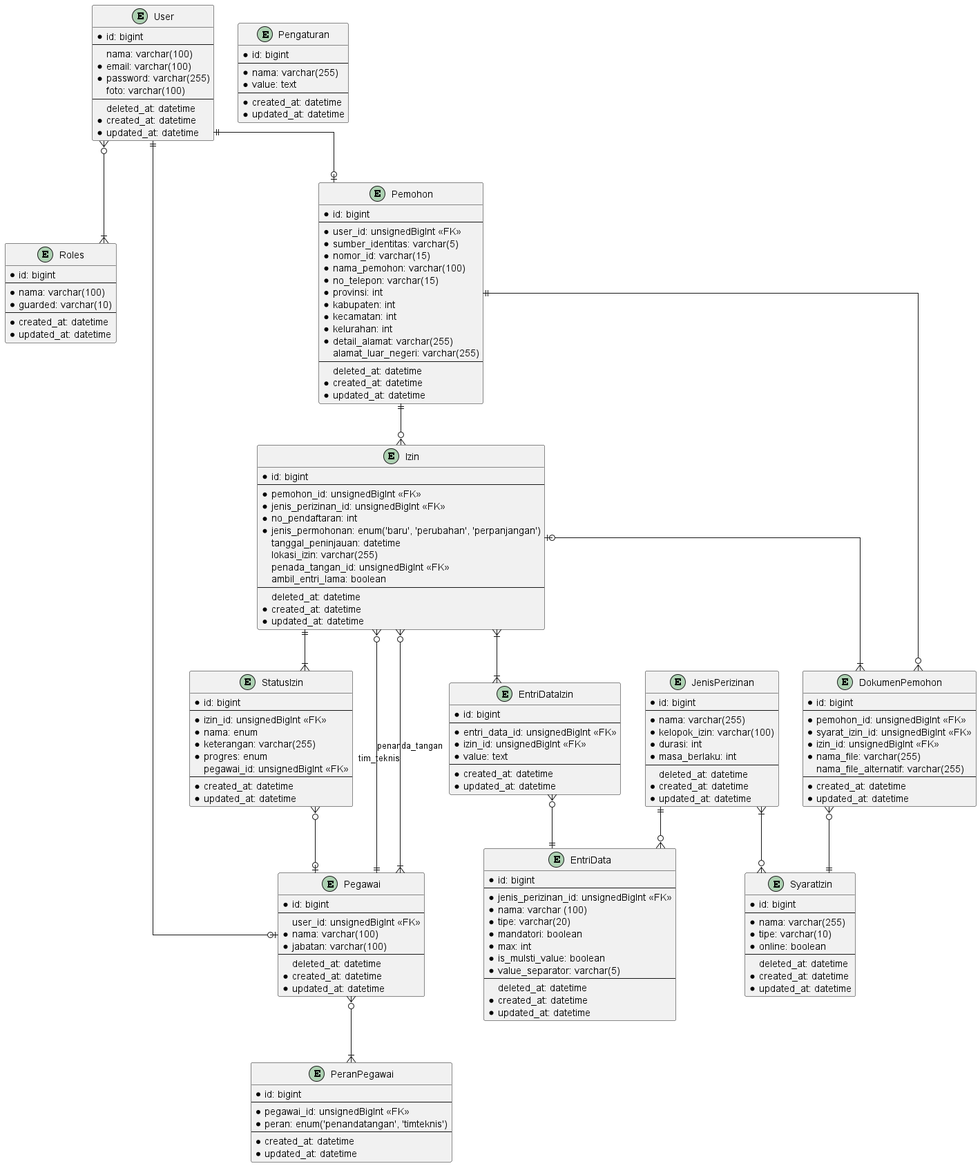
maleolabs/nest-nestara-web keeps this PlantUML diagram as docs/diagrams/out/pmptsp.png. Above is the earlier version.
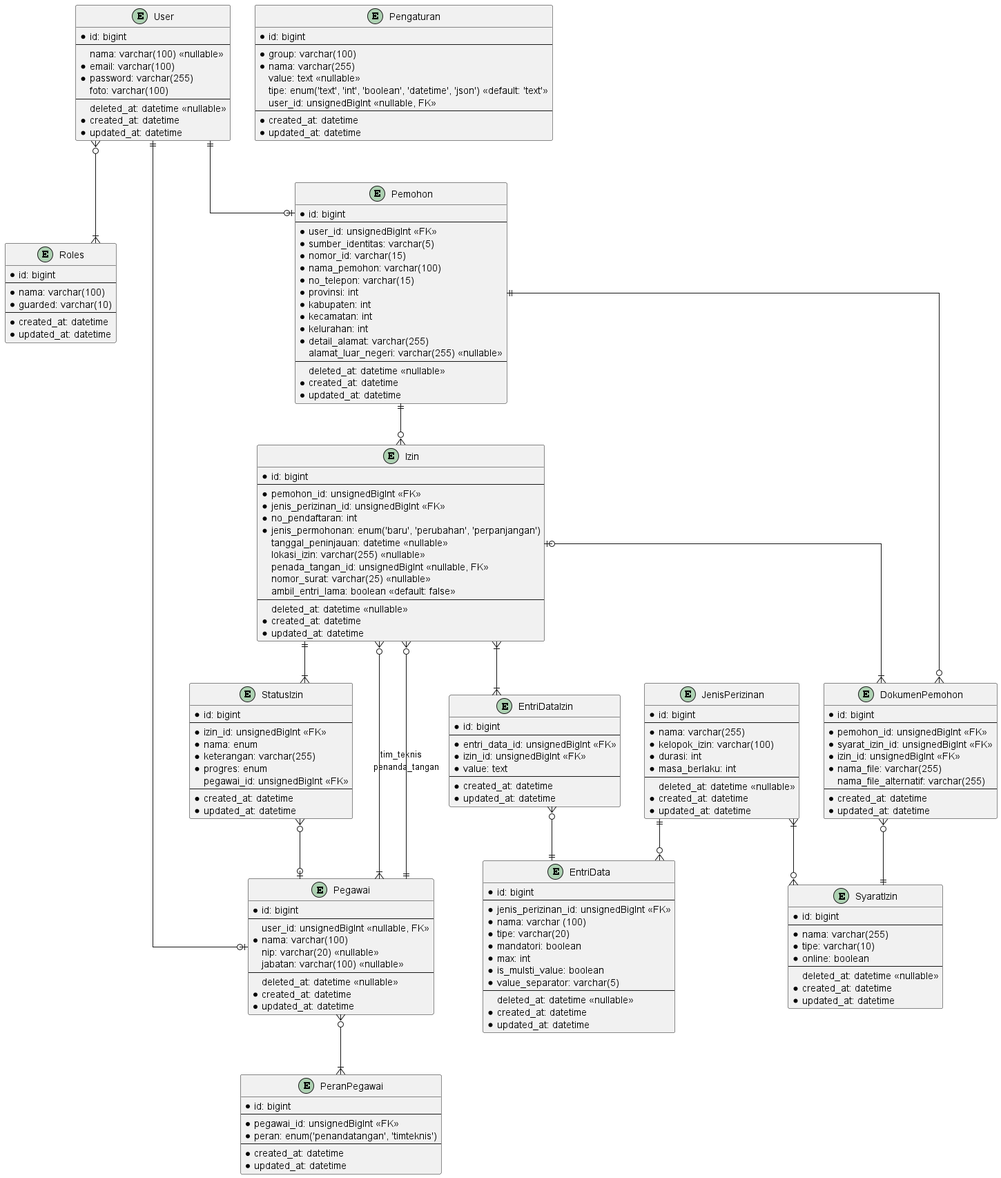
The same file after the commit.

What changed in the source:
```diff
@@ -5,12 +5,12 @@
 entity User {
     * id: bigint
     --
-      nama: varchar(100)
+      nama: varchar(100) <<nullable>>
     * email: varchar(100)
     * password: varchar(255)
       foto: varchar(100)
     --
-      deleted_at: datetime
+      deleted_at: datetime <<nullable>>
     * created_at: datetime
     * updated_at: datetime
 }
@@ -28,11 +28,12 @@
 entity Pegawai {
     * id: bigint
     --
-      user_id: unsignedBigInt <<FK>>
+      user_id: unsignedBigInt <<nullable, FK>>
     * nama: varchar(100)
-    * jabatan: varchar(100)
+      nip: varchar(20) <<nullable>>
+      jabatan: varchar(100) <<nullable>>
     --
-      deleted_at: datetime
+      deleted_at: datetime <<nullable>>
     * created_at: datetime
     * updated_at: datetime
 }
@@ -60,9 +61,9 @@
     * kecamatan: int
     * kelurahan: int
     * detail_alamat: varchar(255)
-      alamat_luar_negeri: varchar(255)
+      alamat_luar_negeri: varchar(255) <<nullable>>
     --
-      deleted_at: datetime
+      deleted_at: datetime <<nullable>>
     * created_at: datetime
     * updated_at: datetime
 }
@@ -75,7 +76,7 @@
     * durasi: int
     * masa_berlaku: int
     --
-      deleted_at: datetime
+      deleted_at: datetime <<nullable>>
     * created_at: datetime
     * updated_at: datetime
 }
@@ -91,7 +92,7 @@
     * is_mulsti_value: boolean
     * value_separator: varchar(5)
     --
-      deleted_at: datetime
+      deleted_at: datetime <<nullable>>
     * created_at: datetime
     * updated_at: datetime
 }
@@ -103,7 +104,7 @@
     * tipe: varchar(10)
     * online: boolean
     --
-      deleted_at: datetime
+      deleted_at: datetime <<nullable>>
     * created_at: datetime
     * updated_at: datetime
 }
@@ -128,12 +129,13 @@
     * jenis_perizinan_id: unsignedBigInt <<FK>>
     * no_pendaftaran: int
     * jenis_permohonan: enum('baru', 'perubahan', 'perpanjangan')
-      tanggal_peninjauan: datetime
-      lokasi_izin: varchar(255)
-      penada_tangan_id: unsignedBigInt <<FK>>
-      ambil_entri_lama: boolean
+      tanggal_peninjauan: datetime <<nullable>>
+      lokasi_izin: varchar(255) <<nullable>>
+      penada_tangan_id: unsignedBigInt <<nullable, FK>>
+      nomor_surat: varchar(25) <<nullable>>
+      ambil_entri_lama: boolean <<default: false>>
     --
-      deleted_at: datetime
+      deleted_at: datetime <<nullable>>
     * created_at: datetime
     * updated_at: datetime
 }
@@ -165,8 +167,11 @@
 entity Pengaturan {
     * id: bigint
     --
+    * group: varchar(100)
     * nama: varchar(255)
-    * value: text
+      value: text <<nullable>>
+      tipe: enum('text', 'int', 'boolean', 'datetime', 'json') <<default: 'text'>>
+      user_id: unsignedBigInt <<nullable, FK>>
     --
     * created_at: datetime
     * updated_at: datetime
```
